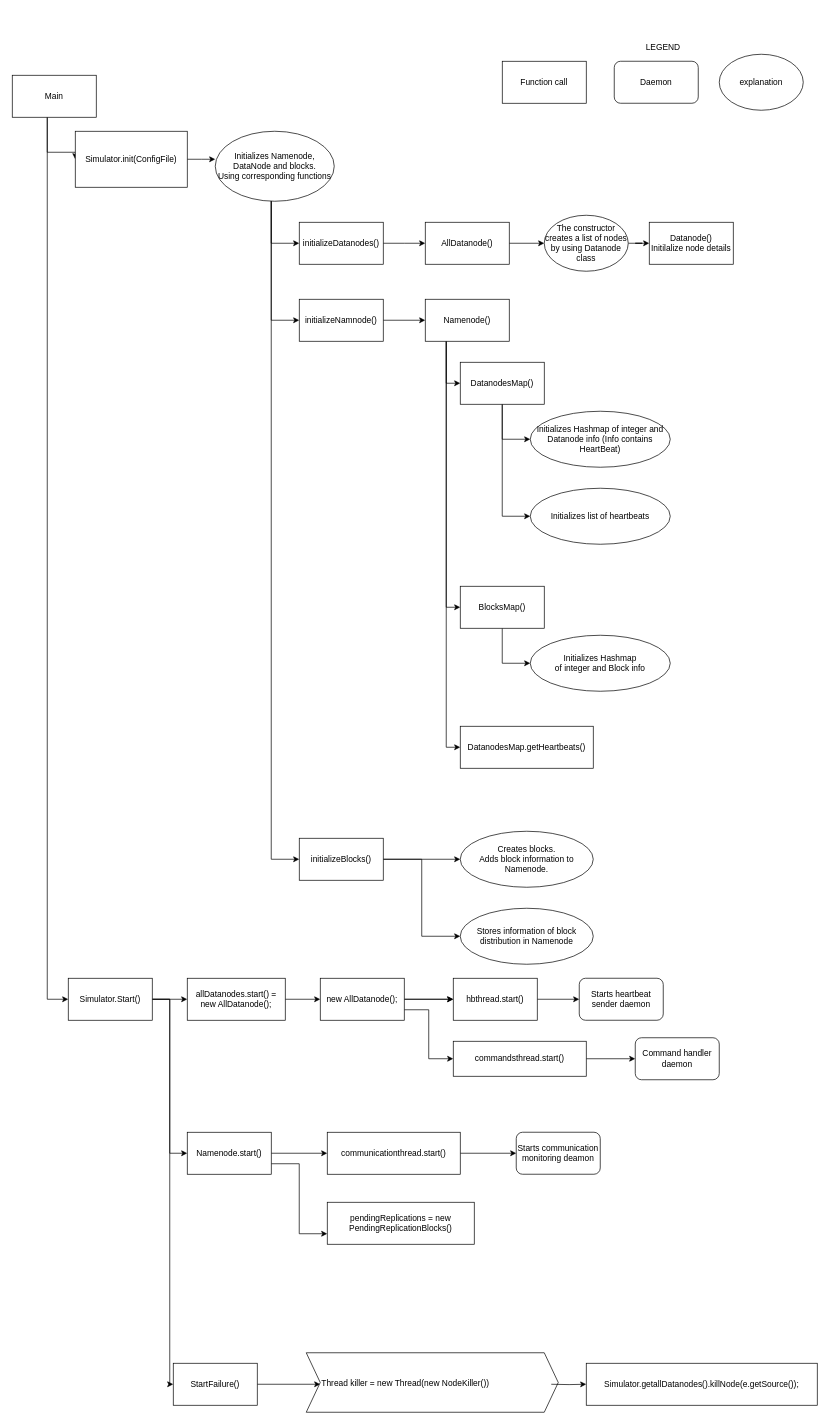
This is HDFS-Diagram.drawio from Gituser143/HDFS-Sim, a draw.io file, before an edit. Source tidied: cells renumbered, new cells numbered last; positions are measured from the earlier drawing's top-left corner, leaving out a move shared by most shapes. Both pictures are drawn from the tidied source at 70%, with x=0, y=0 at pixel (12, 12).
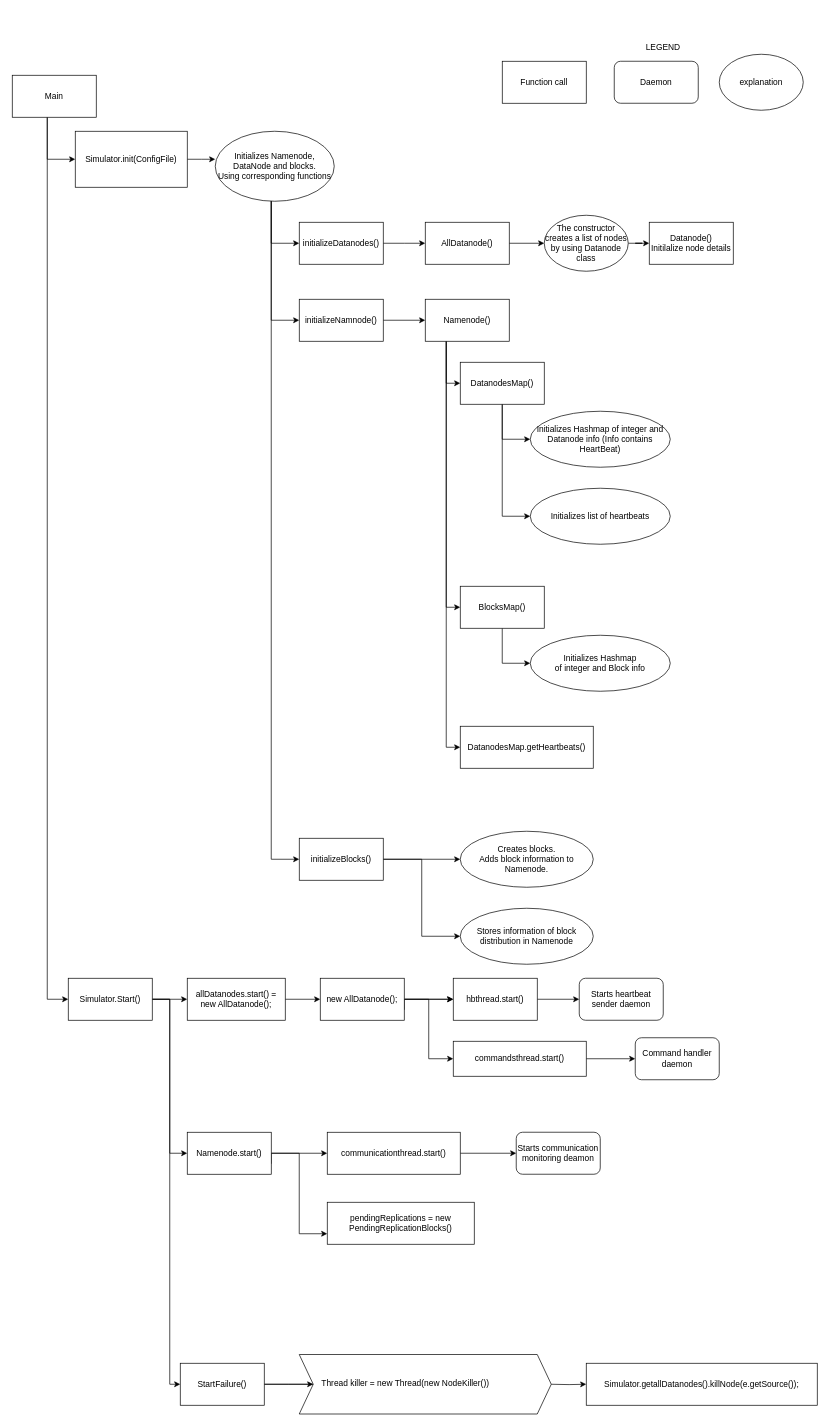
The same diagram, later.

Commit message:
Refined Diagram

Unchanged cells that the change refers to:
```xml
<mxCell id="4" value="Main" style="rounded=0;whiteSpace=wrap;html=1;" parent="1" vertex="1">
  <mxGeometry y="90" width="120" height="60" as="geometry" />
</mxCell>
<mxCell id="13" value="Namenode.start()" style="rounded=0;whiteSpace=wrap;html=1;" parent="1" vertex="1">
  <mxGeometry x="250" y="1600" width="120" height="60" as="geometry" />
</mxCell>
<mxCell id="19" value="new AllDatanode();" style="rounded=0;whiteSpace=wrap;html=1;" parent="1" vertex="1">
  <mxGeometry x="440" y="1380" width="120" height="60" as="geometry" />
</mxCell>
<mxCell id="21" value="&lt;div&gt;Simulator.init(ConfigFile)&lt;/div&gt;" style="rounded=0;whiteSpace=wrap;html=1;" parent="1" vertex="1">
  <mxGeometry x="90" y="170" width="160" height="80" as="geometry" />
</mxCell>
<mxCell id="56" value="commandsthread.start()" style="rounded=0;whiteSpace=wrap;html=1;" parent="1" vertex="1">
  <mxGeometry x="630" y="1470" width="190" height="50" as="geometry" />
</mxCell>
<mxCell id="66" value="pendingReplications = new PendingReplicationBlocks()" style="rounded=0;whiteSpace=wrap;html=1;" parent="1" vertex="1">
  <mxGeometry x="450" y="1700" width="210" height="60" as="geometry" />
</mxCell>
```

Change to the diagram source:
```diff
@@
     <mxCell id="3" style="edgeStyle=orthogonalEdgeStyle;rounded=0;jettySize=auto;html=1;entryX=0;entryY=0.5;entryDx=0;entryDy=0;" parent="1" edge="1" source="4" target="21">
       <mxGeometry relative="1" as="geometry">
         <Array as="points">
-          <mxPoint x="50" y="200" />
+          <mxPoint x="50" y="210" />
         </Array>
       </mxGeometry>
     </mxCell>
@@
     <mxCell id="12" style="edgeStyle=orthogonalEdgeStyle;rounded=0;jettySize=auto;html=1;exitX=1;exitY=0.75;exitDx=0;exitDy=0;entryX=0;entryY=0.75;entryDx=0;entryDy=0;" parent="1" edge="1" source="13" target="66">
-      <mxGeometry relative="1" as="geometry" />
+      <mxGeometry relative="1" as="geometry">
+        <Array as="points">
+          <mxPoint x="370" y="1630" />
+          <mxPoint x="410" y="1630" />
+          <mxPoint x="410" y="1745" />
+        </Array>
+      </mxGeometry>
     </mxCell>
@@
+    <mxCell id="71" style="edgeStyle=orthogonalEdgeStyle;rounded=0;jettySize=auto;html=1;" parent="1" edge="1" source="15">
+      <mxGeometry relative="1" as="geometry">
+        <mxPoint x="430" y="1960" as="targetPoint" />
+      </mxGeometry>
+    </mxCell>
     <mxCell id="15" value="StartFailure()" style="rounded=0;whiteSpace=wrap;html=1;" parent="1" vertex="1">
-      <mxGeometry x="230" y="1930" width="120" height="60" as="geometry" />
+      <mxGeometry x="240" y="1930" width="120" height="60" as="geometry" />
     </mxCell>
@@
     <mxCell id="18" style="edgeStyle=orthogonalEdgeStyle;rounded=0;jettySize=auto;html=1;exitX=1;exitY=0.75;exitDx=0;exitDy=0;entryX=0;entryY=0.5;entryDx=0;entryDy=0;" parent="1" edge="1" source="19" target="56">
-      <mxGeometry relative="1" as="geometry" />
+      <mxGeometry relative="1" as="geometry">
+        <Array as="points">
+          <mxPoint x="560" y="1410" />
+          <mxPoint x="595" y="1410" />
+          <mxPoint x="595" y="1495" />
+        </Array>
+      </mxGeometry>
     </mxCell>
@@
     <mxCell id="67" style="shape=step;perimeter=stepPerimeter;whiteSpace=wrap;html=1;fixedSize=1;" parent="1" vertex="1">
-      <mxGeometry x="420" y="1915" width="360" height="85" as="geometry" />
+      <mxGeometry x="410" y="1917.5" width="360" height="85" as="geometry" />
     </mxCell>
```
